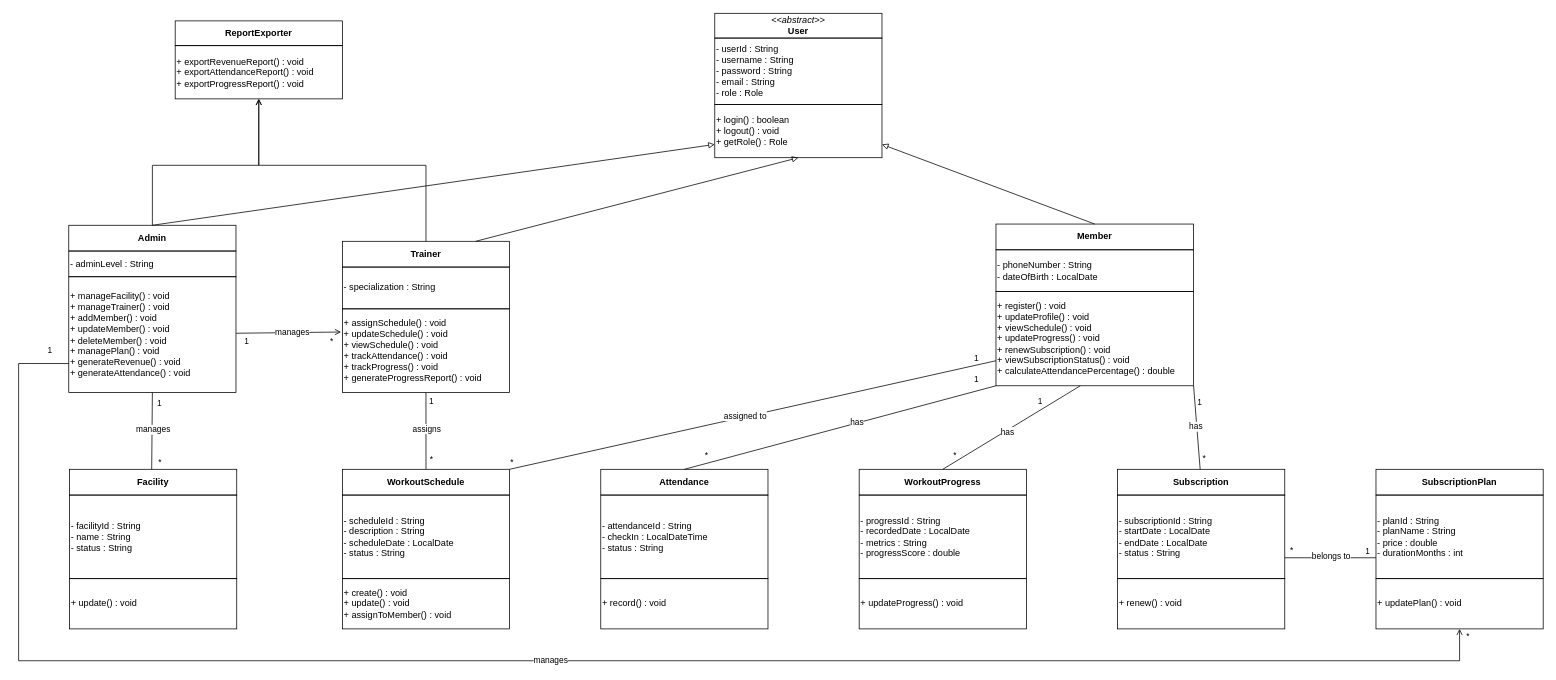
The draw.io diagram Class Diagram.drawio in XuanAnh1312/GMS_PROJECT_JAVA, before the edit. Source tidied: cells renumbered, new cells numbered last; positions are measured from the earlier drawing's top-left corner, leaving out a move shared by most shapes. Both pictures are drawn from the tidied source at 76%, with x=0, y=0 at pixel (18, 13).
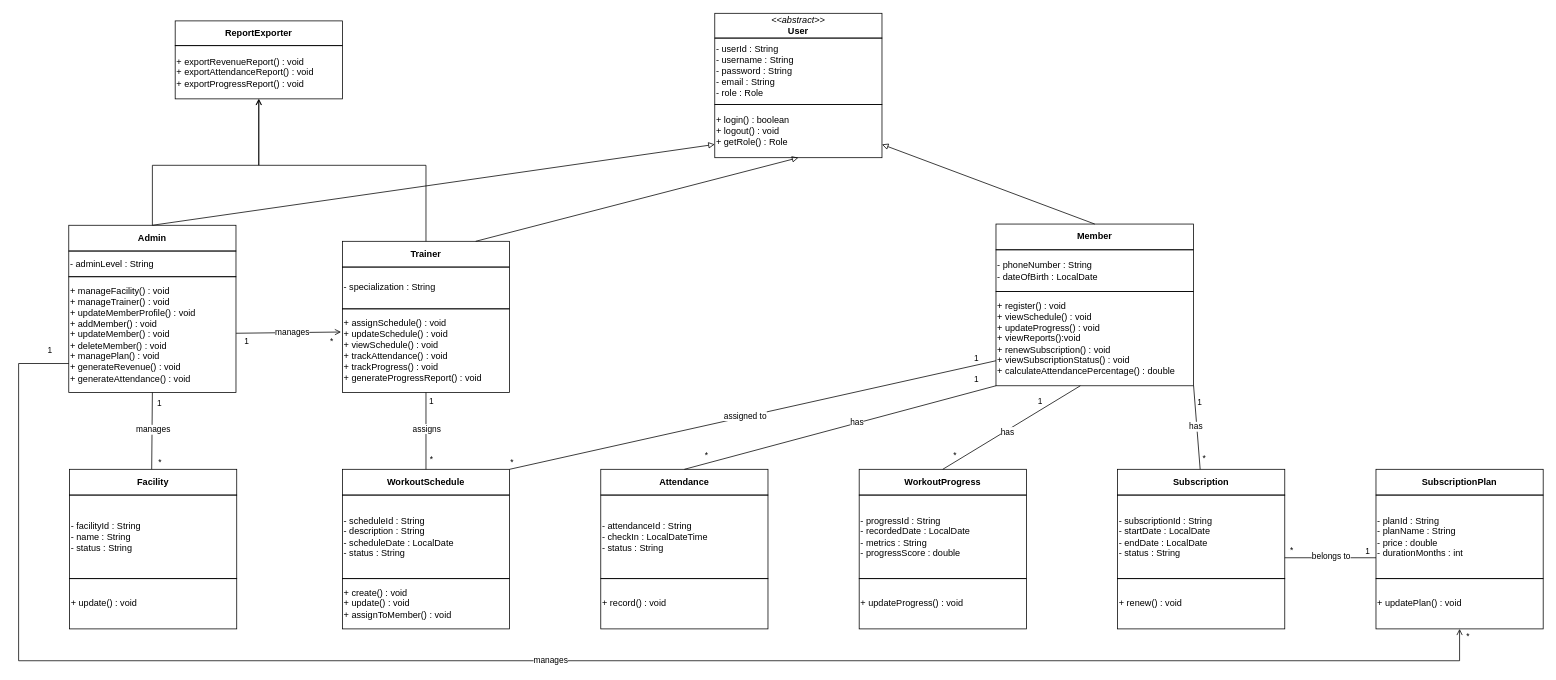
After the change.

Unchanged cells that the change refers to:
```xml
<mxCell id="9" style="group;" parent="1" vertex="1">
  <mxGeometry x="66" y="278.9" width="220" height="220" as="geometry" />
</mxCell>
<mxCell id="17" style="group;" parent="1" vertex="1">
  <mxGeometry x="1286" y="277.3" width="260" height="212.7" as="geometry" />
</mxCell>
```

Diff of the diagram source:
```diff
@@
-    <mxCell id="12" value="&lt;div&gt;+ manageFacility() : void&lt;/div&gt;&lt;div&gt;+ manageTrainer() : void&lt;/div&gt;&lt;div&gt;+ addMember() : void&lt;/div&gt;&lt;div&gt;+ updateMember() : void&lt;/div&gt;&lt;div&gt;+ deleteMember() : void&lt;/div&gt;&lt;div&gt;+ managePlan() : void&lt;/div&gt;&lt;div&gt;+ generateRevenue() : void&lt;/div&gt;&lt;div&gt;+ generateAttendance() : void&lt;/div&gt;" style="rounded=0;whiteSpace=wrap;html=1;fillColor=none;align=left;" parent="9" vertex="1">
+    <mxCell id="12" value="&lt;div&gt;+ manageFacility() : void&lt;/div&gt;&lt;div&gt;+ manageTrainer() : void&lt;/div&gt;&lt;div&gt;+ updateMemberProfile() : void&lt;/div&gt;&lt;div&gt;+ addMember() : void&lt;/div&gt;&lt;div&gt;+ updateMember() : void&lt;/div&gt;&lt;div&gt;+ deleteMember() : void&lt;/div&gt;&lt;div&gt;+ managePlan() : void&lt;/div&gt;&lt;div&gt;+ generateRevenue() : void&lt;/div&gt;&lt;div&gt;+ generateAttendance() : void&lt;/div&gt;" style="rounded=0;whiteSpace=wrap;html=1;fillColor=none;align=left;" parent="9" vertex="1">
       <mxGeometry y="67.7" width="220" height="152.3" as="geometry" />
     </mxCell>
@@
-    <mxCell id="20" value="&lt;div&gt;+ register() : void&lt;/div&gt;&lt;div&gt;+ updateProfile() : void&lt;/div&gt;&lt;div&gt;+ viewSchedule() : void&lt;/div&gt;&lt;div&gt;+ updateProgress() : void&lt;/div&gt;&lt;div&gt;+ renewSubscription() : void&lt;/div&gt;&lt;div&gt;+ viewSubscriptionStatus() : void&lt;/div&gt;&lt;div&gt;+ calculateAttendancePercentage() : double&lt;/div&gt;" style="rounded=0;whiteSpace=wrap;html=1;fillColor=none;align=left;" parent="17" vertex="1">
+    <mxCell id="20" value="&lt;div&gt;+ register() : void&lt;/div&gt;&lt;div&gt;+ viewSchedule() : void&lt;/div&gt;&lt;div&gt;+ updateProgress() : void&lt;/div&gt;&lt;div&gt;&lt;div&gt;+ viewReports():void&lt;/div&gt;&lt;/div&gt;&lt;div&gt;+ renewSubscription() : void&lt;/div&gt;&lt;div&gt;+ viewSubscriptionStatus() : void&lt;/div&gt;&lt;div&gt;&lt;span style=&quot;background-color: transparent; color: light-dark(rgb(0, 0, 0), rgb(255, 255, 255));&quot;&gt;+ calculateAttendancePercentage() : double&lt;/span&gt;&lt;/div&gt;" style="rounded=0;whiteSpace=wrap;html=1;fillColor=none;align=left;" parent="17" vertex="1">
       <mxGeometry y="88.9" width="260" height="123.9" as="geometry" />
     </mxCell>
```
